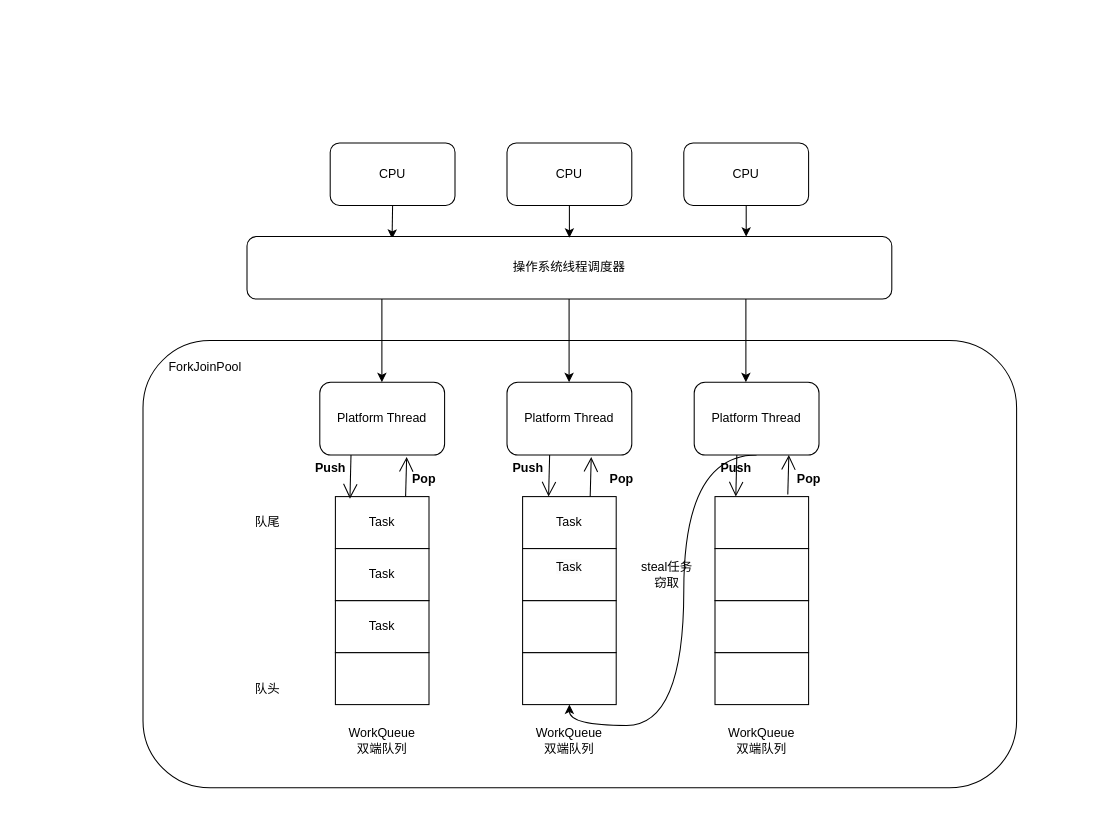
This is 高级/Java中的协程-虚拟线程.drawio from Chaimek/LearnPictures, a draw.io file, before an edit. Source tidied: cells renumbered, new cells numbered last; positions are measured from the earlier drawing's top-left corner, leaving out a move shared by most shapes. Both pictures are drawn from the tidied source at 104%, with x=0, y=0 at pixel (142, 142).
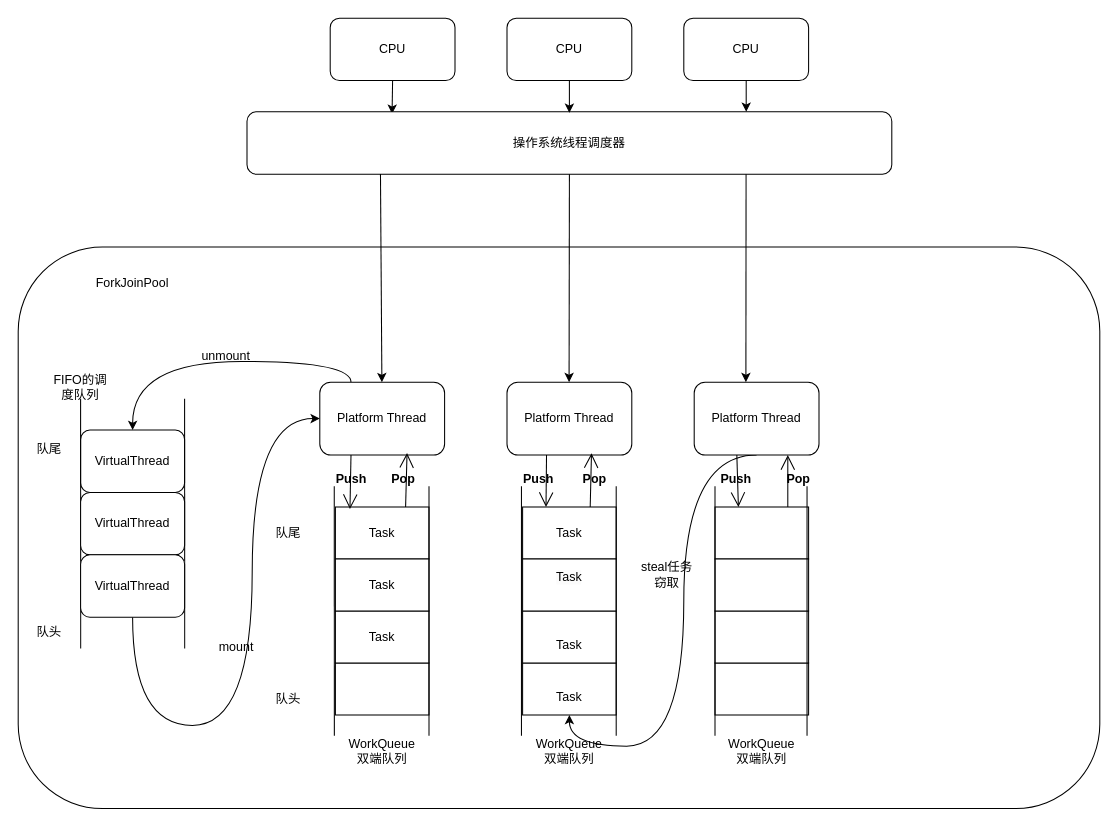
The same diagram, later.

Commit message (it also covers changes not shown here):
更新Java中的协程-虚拟线程.drawio

Unchanged cells that the change refers to:
```xml
<mxCell id="10" value="Platform Thread" style="rounded=1;whiteSpace=wrap;html=1;" parent="1" vertex="1">
  <mxGeometry x="170" y="230" width="120" height="70" as="geometry" />
</mxCell>
<mxCell id="12" value="Platform Thread" style="rounded=1;whiteSpace=wrap;html=1;" parent="1" vertex="1">
  <mxGeometry x="530" y="230" width="120" height="70" as="geometry" />
</mxCell>
<mxCell id="13" value="Platform Thread" style="rounded=1;whiteSpace=wrap;html=1;" parent="1" vertex="1">
  <mxGeometry x="350" y="230" width="120" height="70" as="geometry" />
</mxCell>
```

What changed in the source:
```diff
@@
     <mxCell id="3" value="CPU" style="rounded=1;whiteSpace=wrap;html=1;" parent="1" vertex="1">
-      <mxGeometry x="180" width="120" height="60" as="geometry" />
+      <mxGeometry x="180" y="-120" width="120" height="60" as="geometry" />
     </mxCell>
     <mxCell id="4" value="操作系统线程调度器" style="rounded=1;whiteSpace=wrap;html=1;" parent="1" vertex="1">
-      <mxGeometry x="100" y="90" width="620" height="60" as="geometry" />
+      <mxGeometry x="100" y="-30" width="620" height="60" as="geometry" />
     </mxCell>
     <mxCell id="5" style="edgeStyle=orthogonalEdgeStyle;rounded=0;jettySize=auto;html=1;exitX=0.5;exitY=1;exitDx=0;exitDy=0;" parent="1" edge="1" source="6">
       <mxGeometry relative="1" as="geometry">
-        <mxPoint x="410" y="91" as="targetPoint" />
+        <mxPoint x="410" y="-29" as="targetPoint" />
       </mxGeometry>
     </mxCell>
     <mxCell id="6" value="CPU" style="rounded=1;whiteSpace=wrap;html=1;" parent="1" vertex="1">
-      <mxGeometry x="350" width="120" height="60" as="geometry" />
+      <mxGeometry x="350" y="-120" width="120" height="60" as="geometry" />
     </mxCell>
     <mxCell id="7" style="edgeStyle=orthogonalEdgeStyle;rounded=0;jettySize=auto;html=1;exitX=0.5;exitY=1;exitDx=0;exitDy=0;" parent="1" edge="1" source="8">
       <mxGeometry relative="1" as="geometry">
-        <mxPoint x="580" y="90" as="targetPoint" />
+        <mxPoint x="580" y="-30" as="targetPoint" />
       </mxGeometry>
     </mxCell>
     <mxCell id="8" value="CPU" style="rounded=1;whiteSpace=wrap;html=1;" parent="1" vertex="1">
-      <mxGeometry x="520" width="120" height="60" as="geometry" />
+      <mxGeometry x="520" y="-120" width="120" height="60" as="geometry" />
     </mxCell>
     <mxCell id="9" style="rounded=1;whiteSpace=wrap;html=1;" parent="1" vertex="1">
-      <mxGeometry y="190" width="840" height="430" as="geometry" />
+      <mxGeometry x="-120" y="100" width="1040" height="540" as="geometry" />
     </mxCell>
+    <mxCell id="48" style="edgeStyle=orthogonalEdgeStyle;curved=1;rounded=0;jettySize=auto;html=1;exitX=0.25;exitY=0;exitDx=0;exitDy=0;entryX=0.5;entryY=0;entryDx=0;entryDy=0;" parent="1" edge="1" source="10" target="55">
+      <mxGeometry relative="1" as="geometry" />
+    </mxCell>
@@
     <mxCell id="11" style="edgeStyle=orthogonalEdgeStyle;curved=1;rounded=0;jettySize=auto;html=1;exitX=0.5;exitY=1;exitDx=0;exitDy=0;entryX=0.5;entryY=1;entryDx=0;entryDy=0;" parent="1" edge="1" source="12" target="22">
       <mxGeometry relative="1" as="geometry">
         <Array as="points">
           <mxPoint x="520" y="300" />
-          <mxPoint x="520" y="560" />
-          <mxPoint x="410" y="560" />
+          <mxPoint x="520" y="580" />
+          <mxPoint x="410" y="580" />
         </Array>
       </mxGeometry>
     </mxCell>
@@
-    <mxCell id="14" style="endArrow=classic;html=1;rounded=0;" parent="1" edge="1">
+    <mxCell id="14" style="endArrow=classic;html=1;rounded=0;exitX=0.774;exitY=1;exitDx=0;exitDy=0;exitPerimeter=0;" parent="1" edge="1" source="4">
       <mxGeometry relative="1" as="geometry">
-        <mxPoint x="579.7" y="150" as="sourcePoint" />
         <mxPoint x="579.7" y="230" as="targetPoint" />
       </mxGeometry>
     </mxCell>
-    <mxCell id="15" style="endArrow=classic;html=1;rounded=0;" parent="1" edge="1">
+    <mxCell id="15" style="endArrow=classic;html=1;rounded=0;exitX=0.5;exitY=1;exitDx=0;exitDy=0;" parent="1" edge="1" source="4">
       <mxGeometry relative="1" as="geometry">
-        <mxPoint x="409.7" y="150" as="sourcePoint" />
         <mxPoint x="409.7" y="230" as="targetPoint" />
       </mxGeometry>
     </mxCell>
-    <mxCell id="16" style="endArrow=classic;html=1;rounded=0;" parent="1" edge="1">
+    <mxCell id="16" style="endArrow=classic;html=1;rounded=0;exitX=0.207;exitY=0.997;exitDx=0;exitDy=0;exitPerimeter=0;" parent="1" edge="1" source="4">
       <mxGeometry relative="1" as="geometry">
-        <mxPoint x="229.7" y="150" as="sourcePoint" />
         <mxPoint x="229.7" y="230" as="targetPoint" />
       </mxGeometry>
     </mxCell>
     <mxCell id="17" value="Task" style="rounded=0;whiteSpace=wrap;html=1;" parent="1" vertex="1">
-      <mxGeometry x="185" y="340" width="90" height="50" as="geometry" />
+      <mxGeometry x="185" y="350" width="90" height="50" as="geometry" />
     </mxCell>
     <mxCell id="18" style="rounded=0;whiteSpace=wrap;html=1;" parent="1" vertex="1">
-      <mxGeometry x="185" y="490" width="90" height="50" as="geometry" />
+      <mxGeometry x="185" y="500" width="90" height="50" as="geometry" />
     </mxCell>
     <mxCell id="19" value="Task" style="rounded=0;whiteSpace=wrap;html=1;" parent="1" vertex="1">
-      <mxGeometry x="185" y="440" width="90" height="50" as="geometry" />
+      <mxGeometry x="185" y="450" width="90" height="50" as="geometry" />
     </mxCell>
     <mxCell id="20" value="Task" style="rounded=0;whiteSpace=wrap;html=1;" parent="1" vertex="1">
-      <mxGeometry x="185" y="390" width="90" height="50" as="geometry" />
+      <mxGeometry x="185" y="400" width="90" height="50" as="geometry" />
     </mxCell>
     <mxCell id="21" value="Task" style="rounded=0;whiteSpace=wrap;html=1;" parent="1" vertex="1">
-      <mxGeometry x="365" y="340" width="90" height="50" as="geometry" />
+      <mxGeometry x="365" y="350" width="90" height="50" as="geometry" />
     </mxCell>
-    <mxCell id="22" style="rounded=0;whiteSpace=wrap;html=1;" parent="1" vertex="1">
-      <mxGeometry x="365" y="490" width="90" height="50" as="geometry" />
+    <mxCell id="22" value="&lt;br style=&quot;border-color: var(--border-color);&quot;&gt;Task" style="rounded=0;whiteSpace=wrap;html=1;" parent="1" vertex="1">
+      <mxGeometry x="365" y="500" width="90" height="50" as="geometry" />
     </mxCell>
-    <mxCell id="23" style="rounded=0;whiteSpace=wrap;html=1;" parent="1" vertex="1">
-      <mxGeometry x="365" y="440" width="90" height="50" as="geometry" />
+    <mxCell id="23" value="&lt;br style=&quot;border-color: var(--border-color);&quot;&gt;Task" style="rounded=0;whiteSpace=wrap;html=1;" parent="1" vertex="1">
+      <mxGeometry x="365" y="450" width="90" height="50" as="geometry" />
     </mxCell>
     <mxCell id="24" value="&#10;&lt;span style=&quot;color: rgb(0, 0, 0); font-family: Helvetica; font-size: 12px; font-style: normal; font-variant-ligatures: normal; font-variant-caps: normal; font-weight: 400; letter-spacing: normal; orphans: 2; text-align: center; text-indent: 0px; text-transform: none; widows: 2; word-spacing: 0px; -webkit-text-stroke-width: 0px; background-color: rgb(251, 251, 251); text-decoration-thickness: initial; text-decoration-style: initial; text-decoration-color: initial; float: none; display: inline !important;&quot;&gt;Task&lt;/span&gt;&#10;&#10;" style="rounded=0;whiteSpace=wrap;html=1;" parent="1" vertex="1">
-      <mxGeometry x="365" y="390" width="90" height="50" as="geometry" />
+      <mxGeometry x="365" y="400" width="90" height="50" as="geometry" />
     </mxCell>
     <mxCell id="25" style="rounded=0;whiteSpace=wrap;html=1;" parent="1" vertex="1">
-      <mxGeometry x="550" y="340" width="90" height="50" as="geometry" />
+      <mxGeometry x="550" y="350" width="90" height="50" as="geometry" />
     </mxCell>
     <mxCell id="26" style="rounded=0;whiteSpace=wrap;html=1;" parent="1" vertex="1">
-      <mxGeometry x="550" y="490" width="90" height="50" as="geometry" />
+      <mxGeometry x="550" y="500" width="90" height="50" as="geometry" />
     </mxCell>
     <mxCell id="27" style="rounded=0;whiteSpace=wrap;html=1;" parent="1" vertex="1">
-      <mxGeometry x="550" y="440" width="90" height="50" as="geometry" />
+      <mxGeometry x="550" y="450" width="90" height="50" as="geometry" />
     </mxCell>
     <mxCell id="28" style="rounded=0;whiteSpace=wrap;html=1;" parent="1" vertex="1">
-      <mxGeometry x="550" y="390" width="90" height="50" as="geometry" />
+      <mxGeometry x="550" y="400" width="90" height="50" as="geometry" />
     </mxCell>
     <mxCell id="29" value="ForkJoinPool" style="text;html=1;strokeColor=none;fillColor=none;align=center;verticalAlign=middle;whiteSpace=wrap;rounded=0;" parent="1" vertex="1">
-      <mxGeometry x="30" y="201" width="60" height="30" as="geometry" />
+      <mxGeometry x="-40" y="120" width="60" height="30" as="geometry" />
     </mxCell>
     <mxCell id="30" value="WorkQueue 双端队列" style="text;html=1;strokeColor=none;fillColor=none;align=center;verticalAlign=middle;whiteSpace=wrap;rounded=0;" parent="1" vertex="1">
-      <mxGeometry x="200" y="560" width="60" height="30" as="geometry" />
+      <mxGeometry x="200" y="570" width="60" height="30" as="geometry" />
     </mxCell>
@@
     <mxCell id="32" value="队头" style="text;html=1;strokeColor=none;fillColor=none;align=center;verticalAlign=middle;whiteSpace=wrap;rounded=0;" parent="1" vertex="1">
-      <mxGeometry x="90" y="510" width="60" height="30" as="geometry" />
+      <mxGeometry x="110" y="520" width="60" height="30" as="geometry" />
     </mxCell>
     <mxCell id="33" value="队尾" style="text;html=1;strokeColor=none;fillColor=none;align=center;verticalAlign=middle;whiteSpace=wrap;rounded=0;" parent="1" vertex="1">
-      <mxGeometry x="90" y="350" width="60" height="30" as="geometry" />
+      <mxGeometry x="110" y="360" width="60" height="30" as="geometry" />
     </mxCell>
     <mxCell id="34" value="WorkQueue 双端队列" style="text;html=1;strokeColor=none;fillColor=none;align=center;verticalAlign=middle;whiteSpace=wrap;rounded=0;" parent="1" vertex="1">
-      <mxGeometry x="380" y="560" width="60" height="30" as="geometry" />
+      <mxGeometry x="380" y="570" width="60" height="30" as="geometry" />
     </mxCell>
     <mxCell id="35" value="WorkQueue 双端队列" style="text;html=1;strokeColor=none;fillColor=none;align=center;verticalAlign=middle;whiteSpace=wrap;rounded=0;" parent="1" vertex="1">
-      <mxGeometry x="565" y="560" width="60" height="30" as="geometry" />
+      <mxGeometry x="565" y="570" width="60" height="30" as="geometry" />
     </mxCell>
     <mxCell id="36" style="endArrow=open;endFill=1;endSize=12;html=1;rounded=0;curved=1;exitX=0.25;exitY=1;exitDx=0;exitDy=0;" parent="1" edge="1" source="10">
       <mxGeometry relative="1" as="geometry">
-        <mxPoint x="199" y="342" as="targetPoint" />
+        <mxPoint x="199" y="352" as="targetPoint" />
       </mxGeometry>
     </mxCell>
-    <mxCell id="37" style="endArrow=open;endFill=1;endSize=12;html=1;rounded=0;curved=1;exitX=0.25;exitY=1;exitDx=0;exitDy=0;" parent="1" edge="1">
+    <mxCell id="37" style="endArrow=open;endFill=1;endSize=12;html=1;rounded=0;curved=1;entryX=0.25;entryY=0;entryDx=0;entryDy=0;" parent="1" edge="1" target="21">
       <mxGeometry relative="1" as="geometry">
-        <mxPoint x="391" y="300" as="sourcePoint" />
-        <mxPoint x="390" y="340" as="targetPoint" />
+        <mxPoint x="388" y="300" as="sourcePoint" />
       </mxGeometry>
     </mxCell>
-    <mxCell id="38" style="endArrow=open;endFill=1;endSize=12;html=1;rounded=0;curved=1;exitX=0.25;exitY=1;exitDx=0;exitDy=0;" parent="1" edge="1">
+    <mxCell id="38" style="endArrow=open;endFill=1;endSize=12;html=1;rounded=0;curved=1;exitX=0.25;exitY=1;exitDx=0;exitDy=0;entryX=0.25;entryY=0;entryDx=0;entryDy=0;" parent="1" edge="1" target="25">
       <mxGeometry relative="1" as="geometry">
         <mxPoint x="571" y="300" as="sourcePoint" />
-        <mxPoint x="570" y="340" as="targetPoint" />
       </mxGeometry>
     </mxCell>
-    <mxCell id="39" style="endArrow=open;endFill=1;endSize=12;html=1;rounded=0;curved=1;exitX=0.75;exitY=0;exitDx=0;exitDy=0;entryX=0.696;entryY=1.026;entryDx=0;entryDy=0;entryPerimeter=0;" parent="1" edge="1" source="17" target="10">
+    <mxCell id="39" style="endArrow=open;endFill=1;endSize=12;html=1;rounded=0;curved=1;exitX=0.75;exitY=0;exitDx=0;exitDy=0;entryX=0.699;entryY=0.974;entryDx=0;entryDy=0;entryPerimeter=0;" parent="1" edge="1" source="17" target="10">
       <mxGeometry relative="1" as="geometry" />
     </mxCell>
-    <mxCell id="40" style="endArrow=open;endFill=1;endSize=12;html=1;rounded=0;curved=1;exitX=0.75;exitY=0;exitDx=0;exitDy=0;entryX=0.696;entryY=1.026;entryDx=0;entryDy=0;entryPerimeter=0;" parent="1" edge="1">
+    <mxCell id="40" style="endArrow=open;endFill=1;endSize=12;html=1;rounded=0;curved=1;exitX=0.75;exitY=0;exitDx=0;exitDy=0;entryX=0.677;entryY=0.976;entryDx=0;entryDy=0;entryPerimeter=0;" parent="1" edge="1" target="13">
       <mxGeometry relative="1" as="geometry">
-        <mxPoint x="430" y="340" as="sourcePoint" />
-        <mxPoint x="431" y="302" as="targetPoint" />
+        <mxPoint x="430" y="350" as="sourcePoint" />
       </mxGeometry>
     </mxCell>
-    <mxCell id="41" style="endArrow=open;endFill=1;endSize=12;html=1;rounded=0;curved=1;exitX=0.75;exitY=0;exitDx=0;exitDy=0;entryX=0.696;entryY=1.026;entryDx=0;entryDy=0;entryPerimeter=0;" parent="1" edge="1">
+    <mxCell id="41" style="endArrow=open;endFill=1;endSize=12;html=1;rounded=0;curved=1;entryX=0.75;entryY=1;entryDx=0;entryDy=0;" parent="1" edge="1" target="12">
       <mxGeometry relative="1" as="geometry">
-        <mxPoint x="620" y="338" as="sourcePoint" />
-        <mxPoint x="621" y="300" as="targetPoint" />
+        <mxPoint x="620" y="350" as="sourcePoint" />
       </mxGeometry>
     </mxCell>
     <mxCell id="42" value="Push" style="text;align=center;fontStyle=1;verticalAlign=middle;spacingLeft=3;spacingRight=3;strokeColor=none;html=1;" parent="1" vertex="1">
-      <mxGeometry x="140" y="300" width="80" height="26" as="geometry" />
+      <mxGeometry x="160" y="310" width="80" height="26" as="geometry" />
     </mxCell>
-    <mxCell id="43" value="Push" style="text;align=center;fontStyle=1;verticalAlign=middle;spacingLeft=3;spacingRight=3;strokeColor=none;html=1;" parent="1" vertex="1">
-      <mxGeometry x="330" y="300" width="80" height="26" as="geometry" />
-    </mxCell>
     <mxCell id="44" value="Push" style="text;align=center;fontStyle=1;verticalAlign=middle;spacingLeft=3;spacingRight=3;strokeColor=none;html=1;" parent="1" vertex="1">
-      <mxGeometry x="530" y="300" width="80" height="26" as="geometry" />
+      <mxGeometry x="530" y="310" width="80" height="26" as="geometry" />
     </mxCell>
     <mxCell id="45" value="Pop" style="text;align=center;fontStyle=1;verticalAlign=middle;spacingLeft=3;spacingRight=3;strokeColor=none;html=1;" parent="1" vertex="1">
-      <mxGeometry x="230" y="310" width="80" height="26" as="geometry" />
+      <mxGeometry x="210" y="310" width="80" height="26" as="geometry" />
     </mxCell>
     <mxCell id="46" value="Pop" style="text;align=center;fontStyle=1;verticalAlign=middle;spacingLeft=3;spacingRight=3;strokeColor=none;html=1;" parent="1" vertex="1">
-      <mxGeometry x="420" y="310" width="80" height="26" as="geometry" />
+      <mxGeometry x="394" y="310" width="80" height="26" as="geometry" />
     </mxCell>
     <mxCell id="47" value="Pop" style="text;align=center;fontStyle=1;verticalAlign=middle;spacingLeft=3;spacingRight=3;strokeColor=none;html=1;" parent="1" vertex="1">
-      <mxGeometry x="600" y="310" width="80" height="26" as="geometry" />
+      <mxGeometry x="590" y="310" width="80" height="26" as="geometry" />
     </mxCell>
+    <mxCell id="49" style="endArrow=none;html=1;rounded=0;curved=1;" parent="1" edge="1">
+      <mxGeometry relative="1" as="geometry">
+        <mxPoint x="275" y="570" as="sourcePoint" />
+        <mxPoint x="275" y="330" as="targetPoint" />
+      </mxGeometry>
+    </mxCell>
+    <mxCell id="50" style="endArrow=none;html=1;rounded=0;curved=1;" parent="1" edge="1">
+      <mxGeometry relative="1" as="geometry">
+        <mxPoint x="184" y="570" as="sourcePoint" />
+        <mxPoint x="183.9" y="330" as="targetPoint" />
+      </mxGeometry>
+    </mxCell>
+    <mxCell id="51" style="endArrow=none;html=1;rounded=0;curved=1;" parent="1" edge="1">
+      <mxGeometry relative="1" as="geometry">
+        <mxPoint x="455" y="570" as="sourcePoint" />
+        <mxPoint x="455" y="330" as="targetPoint" />
+      </mxGeometry>
+    </mxCell>
+    <mxCell id="52" style="endArrow=none;html=1;rounded=0;curved=1;" parent="1" edge="1">
+      <mxGeometry relative="1" as="geometry">
+        <mxPoint x="363.9" y="570" as="sourcePoint" />
+        <mxPoint x="363.9" y="330" as="targetPoint" />
+      </mxGeometry>
+    </mxCell>
+    <mxCell id="53" style="endArrow=none;html=1;rounded=0;curved=1;" parent="1" edge="1">
+      <mxGeometry relative="1" as="geometry">
+        <mxPoint x="550" y="570" as="sourcePoint" />
+        <mxPoint x="550" y="330" as="targetPoint" />
+      </mxGeometry>
+    </mxCell>
+    <mxCell id="54" style="endArrow=none;html=1;rounded=0;curved=1;" parent="1" edge="1">
+      <mxGeometry relative="1" as="geometry">
+        <mxPoint x="638.5" y="570" as="sourcePoint" />
+        <mxPoint x="638.5" y="330" as="targetPoint" />
+      </mxGeometry>
+    </mxCell>
+    <mxCell id="43" value="Push" style="text;align=center;fontStyle=1;verticalAlign=middle;spacingLeft=3;spacingRight=3;strokeColor=none;html=1;" parent="1" vertex="1">
+      <mxGeometry x="340" y="310" width="80" height="26" as="geometry" />
+    </mxCell>
+    <mxCell id="55" value="VirtualThread" style="rounded=1;whiteSpace=wrap;html=1;" parent="1" vertex="1">
+      <mxGeometry x="-60" y="276" width="100" height="60" as="geometry" />
+    </mxCell>
+    <mxCell id="56" style="endArrow=none;html=1;rounded=0;curved=1;" parent="1" edge="1">
+      <mxGeometry relative="1" as="geometry">
+        <mxPoint x="-59.9" y="486" as="sourcePoint" />
+        <mxPoint x="-60" y="246" as="targetPoint" />
+      </mxGeometry>
+    </mxCell>
+    <mxCell id="57" style="endArrow=none;html=1;rounded=0;curved=1;" parent="1" edge="1">
+      <mxGeometry relative="1" as="geometry">
+        <mxPoint x="40.1" y="486" as="sourcePoint" />
+        <mxPoint x="40" y="246" as="targetPoint" />
+      </mxGeometry>
+    </mxCell>
+    <mxCell id="58" value="VirtualThread" style="rounded=1;whiteSpace=wrap;html=1;" parent="1" vertex="1">
+      <mxGeometry x="-60" y="336" width="100" height="60" as="geometry" />
+    </mxCell>
+    <mxCell id="59" style="edgeStyle=orthogonalEdgeStyle;curved=1;rounded=0;jettySize=auto;html=1;exitX=0.5;exitY=1;exitDx=0;exitDy=0;entryX=0;entryY=0.5;entryDx=0;entryDy=0;" parent="1" edge="1" source="60" target="10">
+      <mxGeometry relative="1" as="geometry">
+        <Array as="points">
+          <mxPoint x="-10" y="560" />
+          <mxPoint x="105" y="560" />
+          <mxPoint x="105" y="265" />
+        </Array>
+      </mxGeometry>
+    </mxCell>
+    <mxCell id="60" value="VirtualThread" style="rounded=1;whiteSpace=wrap;html=1;" parent="1" vertex="1">
+      <mxGeometry x="-60" y="396" width="100" height="60" as="geometry" />
+    </mxCell>
+    <mxCell id="61" value="FIFO的调度队列" style="text;html=1;strokeColor=none;fillColor=none;align=center;verticalAlign=middle;whiteSpace=wrap;rounded=0;" parent="1" vertex="1">
+      <mxGeometry x="-90" y="220" width="60" height="30" as="geometry" />
+    </mxCell>
+    <mxCell id="62" value="mount" style="text;html=1;strokeColor=none;fillColor=none;align=center;verticalAlign=middle;whiteSpace=wrap;rounded=0;" parent="1" vertex="1">
+      <mxGeometry x="60" y="470" width="60" height="30" as="geometry" />
+    </mxCell>
+    <mxCell id="63" value="unmount" style="text;html=1;strokeColor=none;fillColor=none;align=center;verticalAlign=middle;whiteSpace=wrap;rounded=0;" parent="1" vertex="1">
+      <mxGeometry x="50" y="190" width="60" height="30" as="geometry" />
+    </mxCell>
+    <mxCell id="64" value="队头" style="text;html=1;strokeColor=none;fillColor=none;align=center;verticalAlign=middle;whiteSpace=wrap;rounded=0;" parent="1" vertex="1">
+      <mxGeometry x="-120" y="456" width="60" height="30" as="geometry" />
+    </mxCell>
+    <mxCell id="65" value="队尾" style="text;html=1;strokeColor=none;fillColor=none;align=center;verticalAlign=middle;whiteSpace=wrap;rounded=0;" parent="1" vertex="1">
+      <mxGeometry x="-120" y="280" width="60" height="30" as="geometry" />
+    </mxCell>
```
